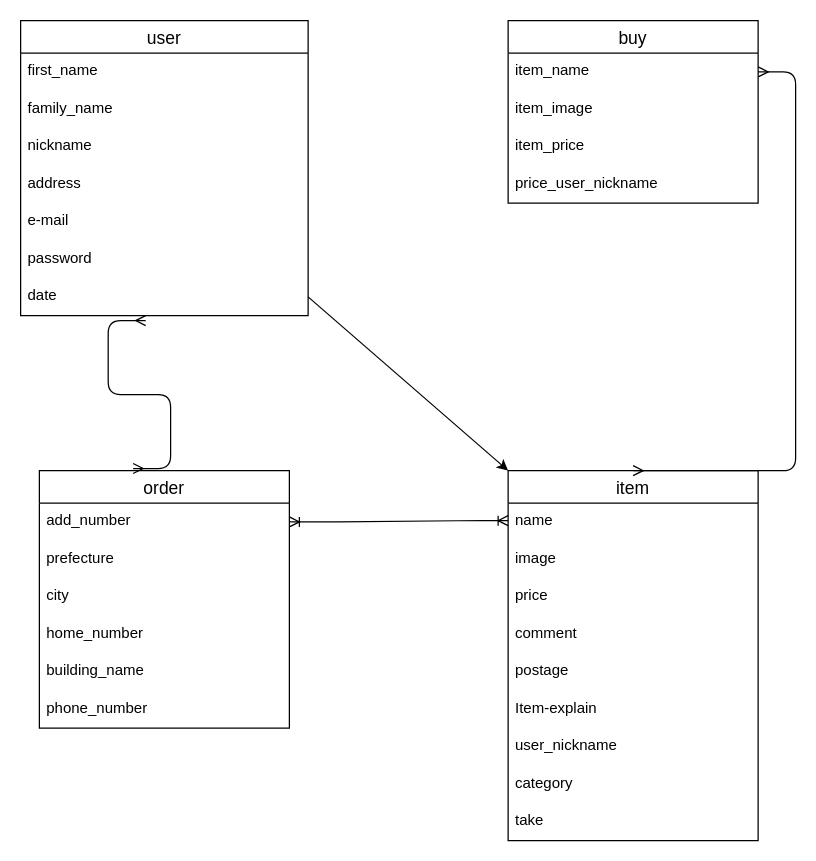
This is table.dio from kosui3625/furima-40253, a draw.io file, before an edit. Source tidied: cells renumbered, new cells numbered last; positions are measured from the earlier drawing's top-left corner, leaving out a move shared by most shapes. Both pictures are drawn from the tidied source at 125%, with x=0, y=0 at pixel (20, 20).
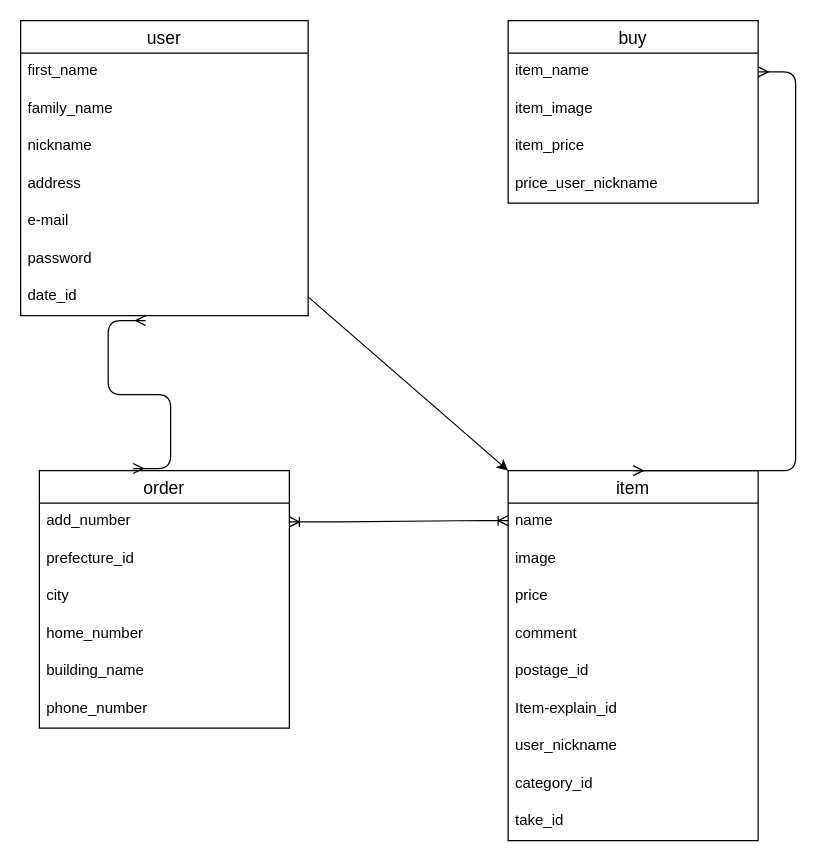
The same diagram, later.

The change refers to these unchanged cells:
```xml
<mxCell id="2" value="user" style="swimlane;fontStyle=0;horizontal=1;startSize=26;align=center;fontSize=14;" parent="1" vertex="1">
  <mxGeometry width="230" height="236" as="geometry" />
</mxCell>
<mxCell id="10" value="item" style="swimlane;fontStyle=0;horizontal=1;startSize=26;align=center;fontSize=14;" parent="1" vertex="1">
  <mxGeometry x="390" y="360" width="200" height="296" as="geometry" />
</mxCell>
<mxCell id="20" value="order" style="swimlane;fontStyle=0;horizontal=1;startSize=26;align=center;fontSize=14;" parent="1" vertex="1">
  <mxGeometry x="15" y="360" width="200" height="206" as="geometry" />
</mxCell>
```

Diff of the diagram source:
```diff
@@
-    <mxCell id="9" value="date" style="text;strokeColor=none;fillColor=none;spacingLeft=4;spacingRight=4;overflow=hidden;points=[[0,0.5],[1,0.5]];portConstraint=eastwest;fontSize=12;" parent="2" vertex="1">
+    <mxCell id="9" value="date_id" style="text;strokeColor=none;fillColor=none;spacingLeft=4;spacingRight=4;overflow=hidden;points=[[0,0.5],[1,0.5]];portConstraint=eastwest;fontSize=12;" parent="2" vertex="1">
       <mxGeometry y="206" width="230" height="30" as="geometry" />
     </mxCell>
@@
-    <mxCell id="15" value="postage" style="text;strokeColor=none;fillColor=none;spacingLeft=4;spacingRight=4;overflow=hidden;fontSize=12;" parent="10" vertex="1">
+    <mxCell id="15" value="postage_id" style="text;strokeColor=none;fillColor=none;spacingLeft=4;spacingRight=4;overflow=hidden;fontSize=12;" parent="10" vertex="1">
       <mxGeometry y="146" width="200" height="30" as="geometry" />
     </mxCell>
-    <mxCell id="16" value="Item-explain" style="text;strokeColor=none;fillColor=none;spacingLeft=4;spacingRight=4;overflow=hidden;fontSize=12;" parent="10" vertex="1">
+    <mxCell id="16" value="Item-explain_id" style="text;strokeColor=none;fillColor=none;spacingLeft=4;spacingRight=4;overflow=hidden;fontSize=12;" parent="10" vertex="1">
       <mxGeometry y="176" width="200" height="30" as="geometry" />
     </mxCell>
@@
-    <mxCell id="18" value="category" style="text;strokeColor=none;fillColor=none;spacingLeft=4;spacingRight=4;overflow=hidden;fontSize=12;" parent="10" vertex="1">
+    <mxCell id="18" value="category_id" style="text;strokeColor=none;fillColor=none;spacingLeft=4;spacingRight=4;overflow=hidden;fontSize=12;" parent="10" vertex="1">
       <mxGeometry y="236" width="200" height="30" as="geometry" />
     </mxCell>
-    <mxCell id="19" value="take" style="text;strokeColor=none;fillColor=none;spacingLeft=4;spacingRight=4;overflow=hidden;fontSize=12;" parent="10" vertex="1">
+    <mxCell id="19" value="take_id" style="text;strokeColor=none;fillColor=none;spacingLeft=4;spacingRight=4;overflow=hidden;fontSize=12;" parent="10" vertex="1">
       <mxGeometry y="266" width="200" height="30" as="geometry" />
     </mxCell>
@@
-    <mxCell id="23" value="prefecture" style="text;strokeColor=none;fillColor=none;spacingLeft=4;spacingRight=4;overflow=hidden;fontSize=12;" parent="20" vertex="1">
+    <mxCell id="23" value="prefecture_id" style="text;strokeColor=none;fillColor=none;spacingLeft=4;spacingRight=4;overflow=hidden;fontSize=12;" parent="20" vertex="1">
       <mxGeometry y="56" width="200" height="30" as="geometry" />
     </mxCell>
```
